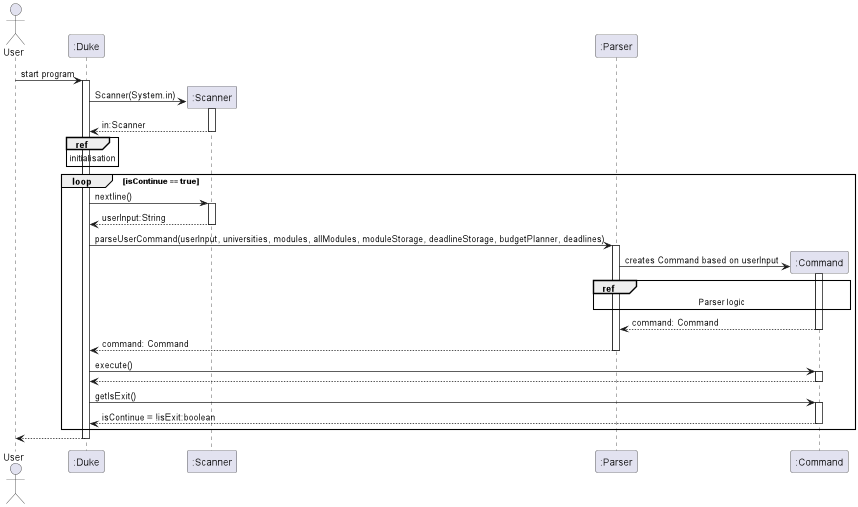
Earlier version of the PlantUML export docs/diagrams/DukeHighLevel.png (nus-cs2113-AY2223S2/tp).
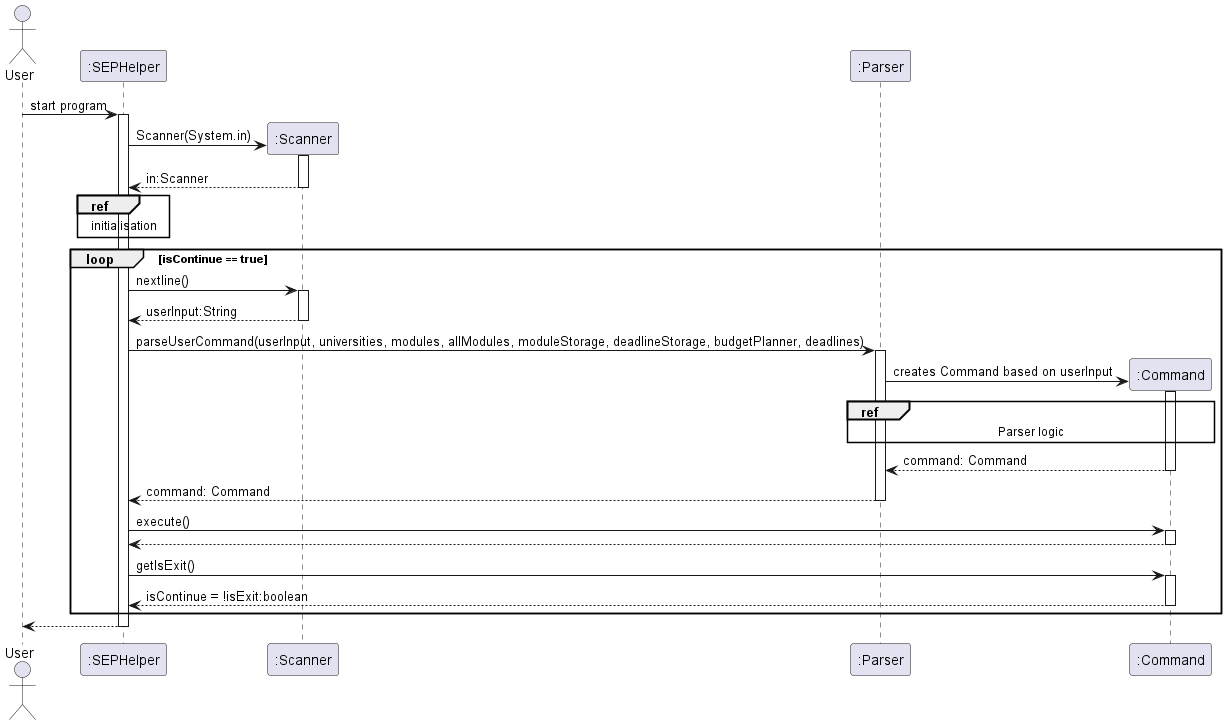
Later version of the same file.

Commit message:
change name from Duke to SEPHelper

Change to the diagram source:
```diff
@@ -1,21 +1,21 @@
 @startuml
 actor User
-User -> ":Duke" : start program
-activate ":Duke"
+User -> ":SEPHelper" : start program
+activate ":SEPHelper"
 create ":Scanner"
-":Duke" -> ":Scanner" : Scanner(System.in)
+":SEPHelper" -> ":Scanner" : Scanner(System.in)
 activate ":Scanner"
-":Duke" <-- ":Scanner" : in:Scanner
+":SEPHelper" <-- ":Scanner" : in:Scanner
 deactivate ":Scanner"
-ref over ":Duke"
+ref over ":SEPHelper"
 initialisation
 end
 loop isContinue == true
-":Duke" -> ":Scanner" : nextline()
+":SEPHelper" -> ":Scanner" : nextline()
 activate ":Scanner"
-":Duke" <-- ":Scanner" : userInput:String
+":SEPHelper" <-- ":Scanner" : userInput:String
 deactivate ":Scanner"
-":Duke" -> ":Parser" : parseUserCommand(userInput, universities, modules, allModules, moduleStorage, deadlineStorage, budgetPlanner, deadlines)
+":SEPHelper" -> ":Parser" : parseUserCommand(userInput, universities, modules, allModules, moduleStorage, deadlineStorage, budgetPlanner, deadlines)
 activate ":Parser"
 create ":Command"
 ":Parser" -> ":Command" : creates Command based on userInput
@@ -25,19 +25,19 @@
 end
 ":Parser" <-- ":Command" : command: Command
 deactivate ":Command"
-":Duke" <-- ":Parser" : command: Command
+":SEPHelper" <-- ":Parser" : command: Command
 deactivate ":Parser"
-":Duke" -> ":Command" : execute()
+":SEPHelper" -> ":Command" : execute()
 activate ":Command"
-":Duke" <-- ":Command"
+":SEPHelper" <-- ":Command"
 deactivate ":Command"
-":Duke" -> ":Command" : getIsExit()
+":SEPHelper" -> ":Command" : getIsExit()
 activate ":Command"
-":Duke" <-- ":Command" : isContinue = !isExit:boolean
+":SEPHelper" <-- ":Command" : isContinue = !isExit:boolean
 deactivate ":Command"
 end
-":Duke" --> User
-deactivate ":Duke"
+":SEPHelper" --> User
+deactivate ":SEPHelper"
 
 
 @enduml
```
